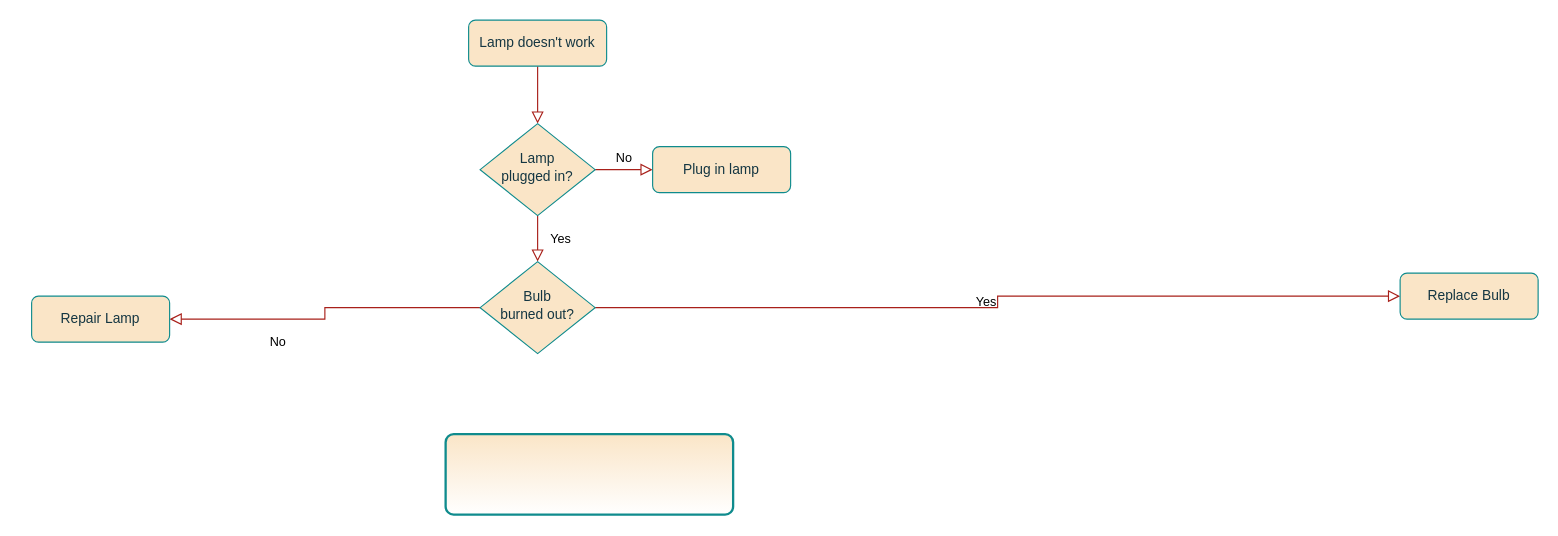
Earlier version of the draw.io diagram Untitled Diagram.drawio (bobaepapa/docs). Source tidied: cells renumbered, new cells numbered last; positions are measured from the earlier drawing's top-left corner, leaving out a move shared by most shapes. Both pictures are drawn from the tidied source at 115%, with x=0, y=0 at pixel (31, 20).
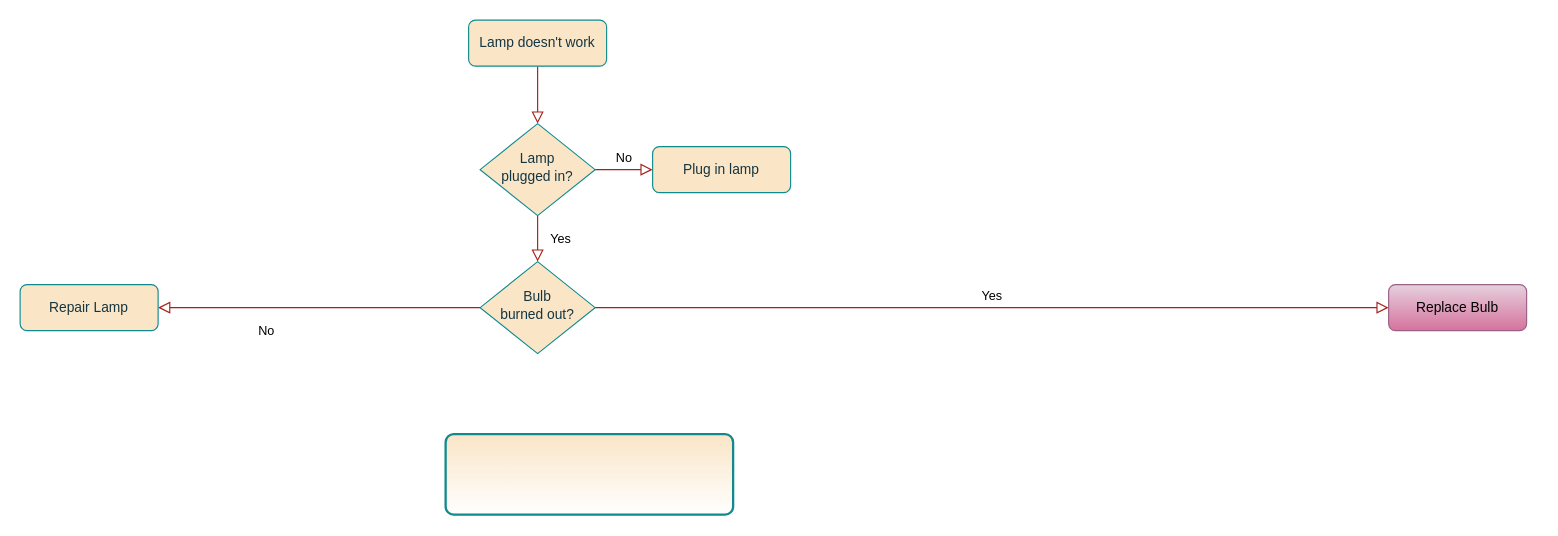
After the change.

The edit, as a diff of the source:
```diff
@@
 <mxGraphModel>
   <root>
     <mxCell id="0" />
     <mxCell id="1" parent="0" />
     <mxCell id="2" style="rounded=0;html=1;jettySize=auto;fontSize=11;endArrow=block;endFill=0;endSize=8;strokeWidth=1;shadow=0;labelBackgroundColor=none;edgeStyle=orthogonalEdgeStyle;strokeColor=#A8201A;fontColor=default;" parent="1" edge="1" source="3" target="6">
       <mxGeometry relative="1" as="geometry" />
     </mxCell>
     <mxCell id="3" value="Lamp doesn't work" style="rounded=1;whiteSpace=wrap;html=1;fontSize=12;glass=0;strokeWidth=1;shadow=0;labelBackgroundColor=none;fillColor=#FAE5C7;strokeColor=#0F8B8D;fontColor=#143642;" parent="1" vertex="1">
       <mxGeometry x="380" width="120" height="40" as="geometry" />
     </mxCell>
     <mxCell id="4" value="Yes" style="rounded=0;html=1;jettySize=auto;fontSize=11;endArrow=block;endFill=0;endSize=8;strokeWidth=1;shadow=0;labelBackgroundColor=none;edgeStyle=orthogonalEdgeStyle;strokeColor=#A8201A;fontColor=default;" parent="1" edge="1" source="6" target="10">
       <mxGeometry y="20" relative="1" as="geometry" />
     </mxCell>
     <mxCell id="5" value="No" style="edgeStyle=orthogonalEdgeStyle;rounded=0;html=1;jettySize=auto;fontSize=11;endArrow=block;endFill=0;endSize=8;strokeWidth=1;shadow=0;labelBackgroundColor=none;strokeColor=#A8201A;fontColor=default;" parent="1" edge="1" source="6" target="7">
       <mxGeometry y="10" relative="1" as="geometry" />
     </mxCell>
     <mxCell id="6" value="Lamp&lt;br&gt;plugged in?" style="rhombus;whiteSpace=wrap;html=1;shadow=0;fontFamily=Helvetica;fontSize=12;align=center;strokeWidth=1;spacing=6;spacingTop=-4;labelBackgroundColor=none;fillColor=#FAE5C7;strokeColor=#0F8B8D;fontColor=#143642;" parent="1" vertex="1">
       <mxGeometry x="390" y="90" width="100" height="80" as="geometry" />
     </mxCell>
     <mxCell id="7" value="Plug in lamp" style="rounded=1;whiteSpace=wrap;html=1;fontSize=12;glass=0;strokeWidth=1;shadow=0;labelBackgroundColor=none;fillColor=#FAE5C7;strokeColor=#0F8B8D;fontColor=#143642;" parent="1" vertex="1">
       <mxGeometry x="540" y="110" width="120" height="40" as="geometry" />
     </mxCell>
     <mxCell id="8" value="No" style="rounded=0;html=1;jettySize=auto;fontSize=11;endArrow=block;endFill=0;endSize=8;strokeWidth=1;shadow=0;labelBackgroundColor=none;edgeStyle=orthogonalEdgeStyle;strokeColor=#A8201A;fontColor=default;" parent="1" edge="1" source="10" target="11">
       <mxGeometry x="0.33" y="20" relative="1" as="geometry" />
     </mxCell>
     <mxCell id="9" value="Yes" style="edgeStyle=orthogonalEdgeStyle;rounded=0;html=1;jettySize=auto;fontSize=11;endArrow=block;endFill=0;endSize=8;strokeWidth=1;shadow=0;labelBackgroundColor=none;strokeColor=#A8201A;fontColor=default;" parent="1" edge="1" source="10" target="12">
       <mxGeometry y="10" relative="1" as="geometry" />
     </mxCell>
     <mxCell id="10" value="Bulb&lt;br&gt;burned out?" style="rhombus;whiteSpace=wrap;html=1;shadow=0;fontFamily=Helvetica;fontSize=12;align=center;strokeWidth=1;spacing=6;spacingTop=-4;labelBackgroundColor=none;fillColor=#FAE5C7;strokeColor=#0F8B8D;fontColor=#143642;" parent="1" vertex="1">
       <mxGeometry x="390" y="210" width="100" height="80" as="geometry" />
     </mxCell>
     <mxCell id="11" value="Repair Lamp" style="rounded=1;whiteSpace=wrap;html=1;fontSize=12;glass=0;strokeWidth=1;shadow=0;labelBackgroundColor=none;fillColor=#FAE5C7;strokeColor=#0F8B8D;fontColor=#143642;" parent="1" vertex="1">
-      <mxGeometry y="240" width="120" height="40" as="geometry" />
+      <mxGeometry x="-10" y="230" width="120" height="40" as="geometry" />
     </mxCell>
-    <mxCell id="12" value="Replace Bulb" style="rounded=1;whiteSpace=wrap;html=1;fontSize=12;glass=0;strokeWidth=1;shadow=0;labelBackgroundColor=none;fillColor=#FAE5C7;strokeColor=#0F8B8D;fontColor=#143642;" parent="1" vertex="1">
-      <mxGeometry x="1190" y="220" width="120" height="40" as="geometry" />
+    <mxCell id="12" value="Replace Bulb" style="rounded=1;whiteSpace=wrap;html=1;fontSize=12;glass=0;strokeWidth=1;shadow=0;labelBackgroundColor=none;fillColor=#e6d0de;strokeColor=#996185;gradientColor=#d5739d;" parent="1" vertex="1">
+      <mxGeometry x="1180" y="230" width="120" height="40" as="geometry" />
     </mxCell>
     <mxCell id="13" style="rounded=1;whiteSpace=wrap;html=1;absoluteArcSize=1;arcSize=14;strokeWidth=2;fillColor=#FAE5C7;fontColor=#143642;strokeColor=#0F8B8D;labelBackgroundColor=none;gradientColor=#FFFFFF;" parent="1" vertex="1">
       <mxGeometry x="360" y="360" width="250" height="70" as="geometry" />
     </mxCell>
   </root>
 </mxGraphModel>
```
